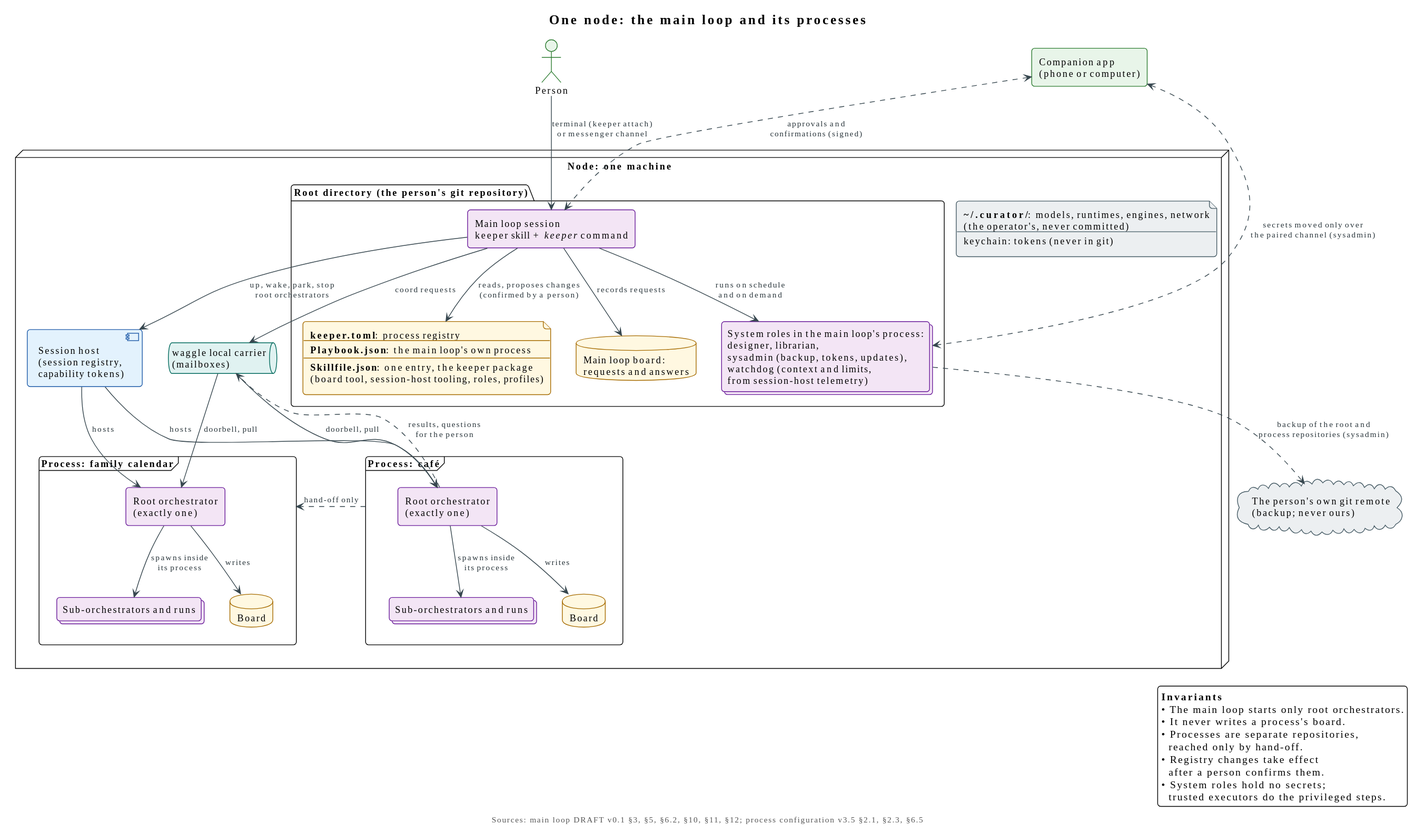
Earlier version of the PlantUML export diagrams/artefacts/plantuml/one-node-system.svg (relux-works/curator-keeper).
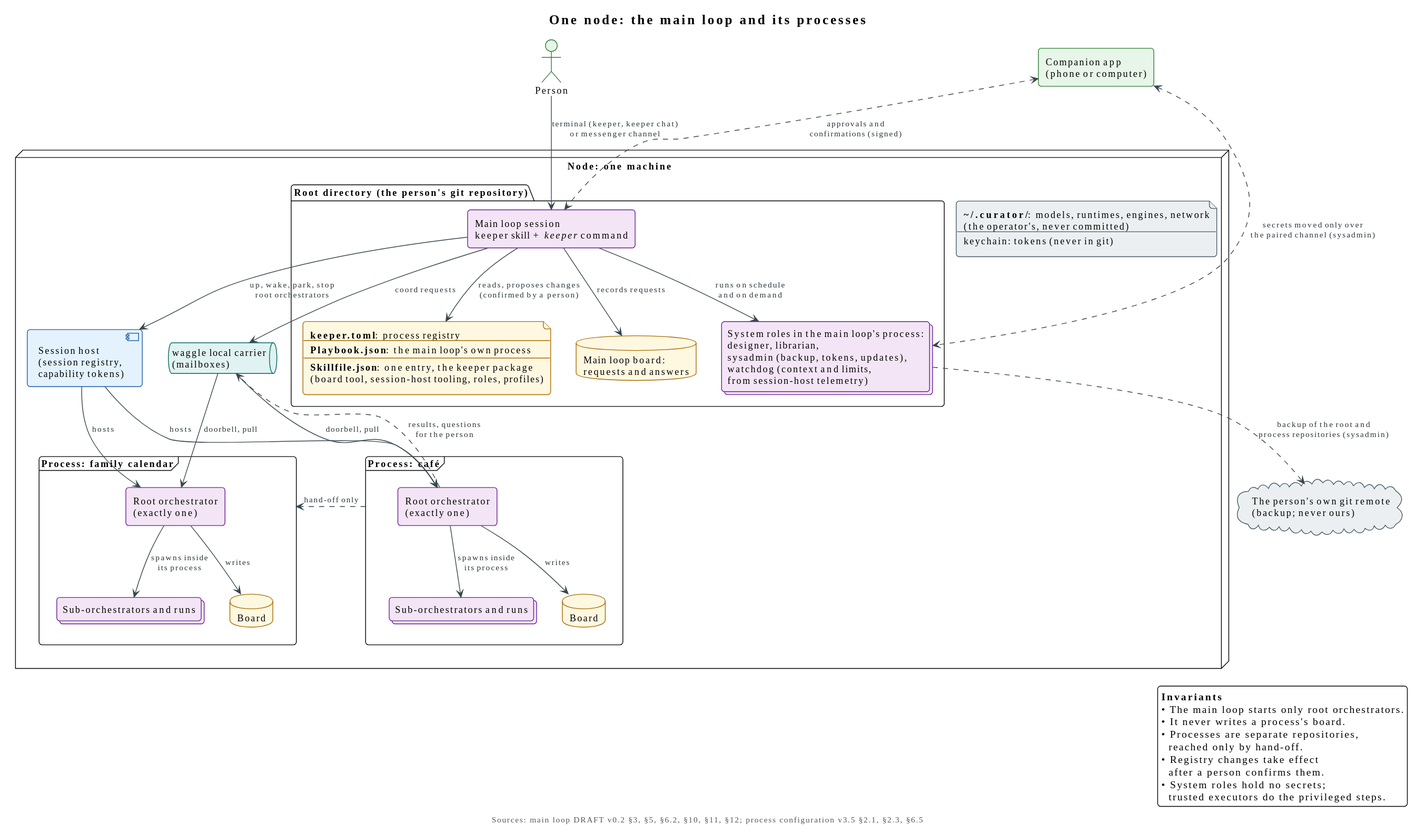
Later version of the same file.

Commit message:
Main loop specification: DRAFT v0.2 from the operator's answers

Change to the diagram source:
```diff
@@ -3,7 +3,7 @@
 
 
 title One node: the main loop and its processes
-caption Sources: main loop DRAFT v0.1 §3, §5, §6.2, §10, §11, §12; process configuration v3.5 §2.1, §2.3, §6.5
+caption Sources: main loop DRAFT v0.2 §3, §5, §6.2, §10, §11, §12; process configuration v3.5 §2.1, §2.3, §6.5
 
 hide stereotype
 
@@ -91,7 +91,7 @@
   ]
 }
 
-person --> mainloop : terminal (keeper attach)\nor messenger channel
+person --> mainloop : terminal (keeper, keeper chat)\nor messenger channel
 app <..> mainloop : approvals and\nconfirmations (signed)
 app <..> sysroles : secrets moved only over\nthe paired channel (sysadmin)
 
```
